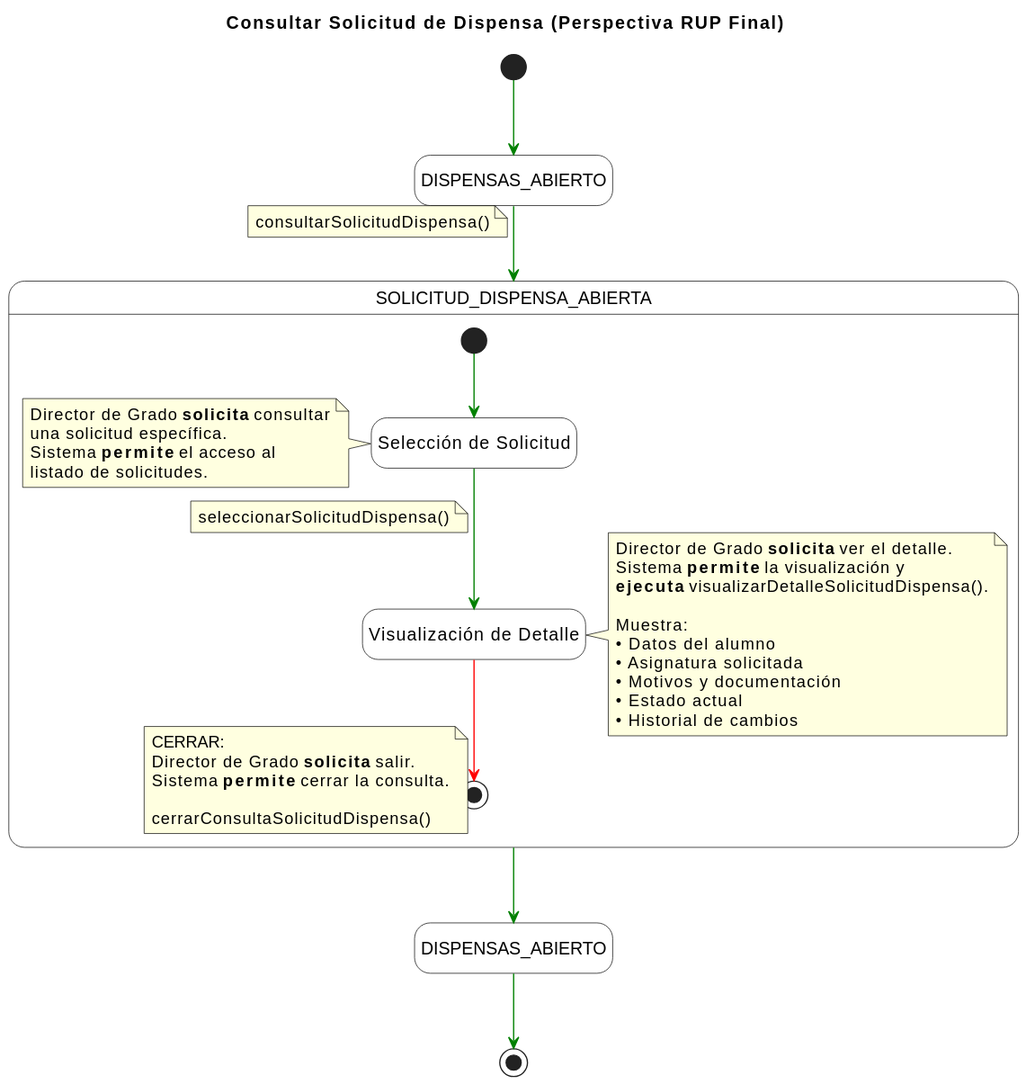
Above: documents/CasosDeUso/DetalladoCasosDeUso/DirectorDeGrado/ConsultarSolicitudDispensa.svg in enmabry/25-26-IdSw1-SdR (PlantUML), before the change. The source it was exported from:
```plantuml
@startuml
title Consultar Solicitud de Dispensa (Perspectiva RUP Final)

skinparam {
    StateBackgroundColor white
    StateBorderColor black
    NoteBackgroundColor lightyellow
    NoteBorderColor black
    ArrowColor green
    linetype ortho
}

hide empty description

state "DISPENSAS_ABIERTO" as startState <<sdlreceive>>
state "DISPENSAS_ABIERTO" as endState <<sdlreceive>>

[*] -[#green]-> startState

startState -[#green]-> SOLICITUD_DISPENSA_ABIERTA
note on link
    consultarSolicitudDispensa()
end note

state SOLICITUD_DISPENSA_ABIERTA {
    [*] -[#green]-> SeleccionarSolicitud

    state "Selección de Solicitud" as SeleccionarSolicitud <<sdlreceive>>
    note left of SeleccionarSolicitud
        Director de Grado <b>solicita</b> consultar
        una solicitud específica.
        Sistema <b>permite</b> el acceso al
        listado de solicitudes.
    end note

    SeleccionarSolicitud -[#green]-> VisualizarDetalle
    note on link
        seleccionarSolicitudDispensa()
    end note

    state "Visualización de Detalle" as VisualizarDetalle <<sdlreceive>>
    note right of VisualizarDetalle
        Director de Grado <b>solicita</b> ver el detalle.
        Sistema <b>permite</b> la visualización y
        <b>ejecuta</b> visualizarDetalleSolicitudDispensa().

        Muestra:
        • Datos del alumno
        • Asignatura solicitada
        • Motivos y documentación
        • Estado actual
        • Historial de cambios
    end note

    VisualizarDetalle -[#red]-> [*]
    note on link
        CERRAR:
        Director de Grado <b>solicita</b> salir.
        Sistema <b>permite</b> cerrar la consulta.

        cerrarConsultaSolicitudDispensa()
    end note
}

SOLICITUD_DISPENSA_ABIERTA -[#green]-> endState

endState -[#green]-> [*]
@enduml
```
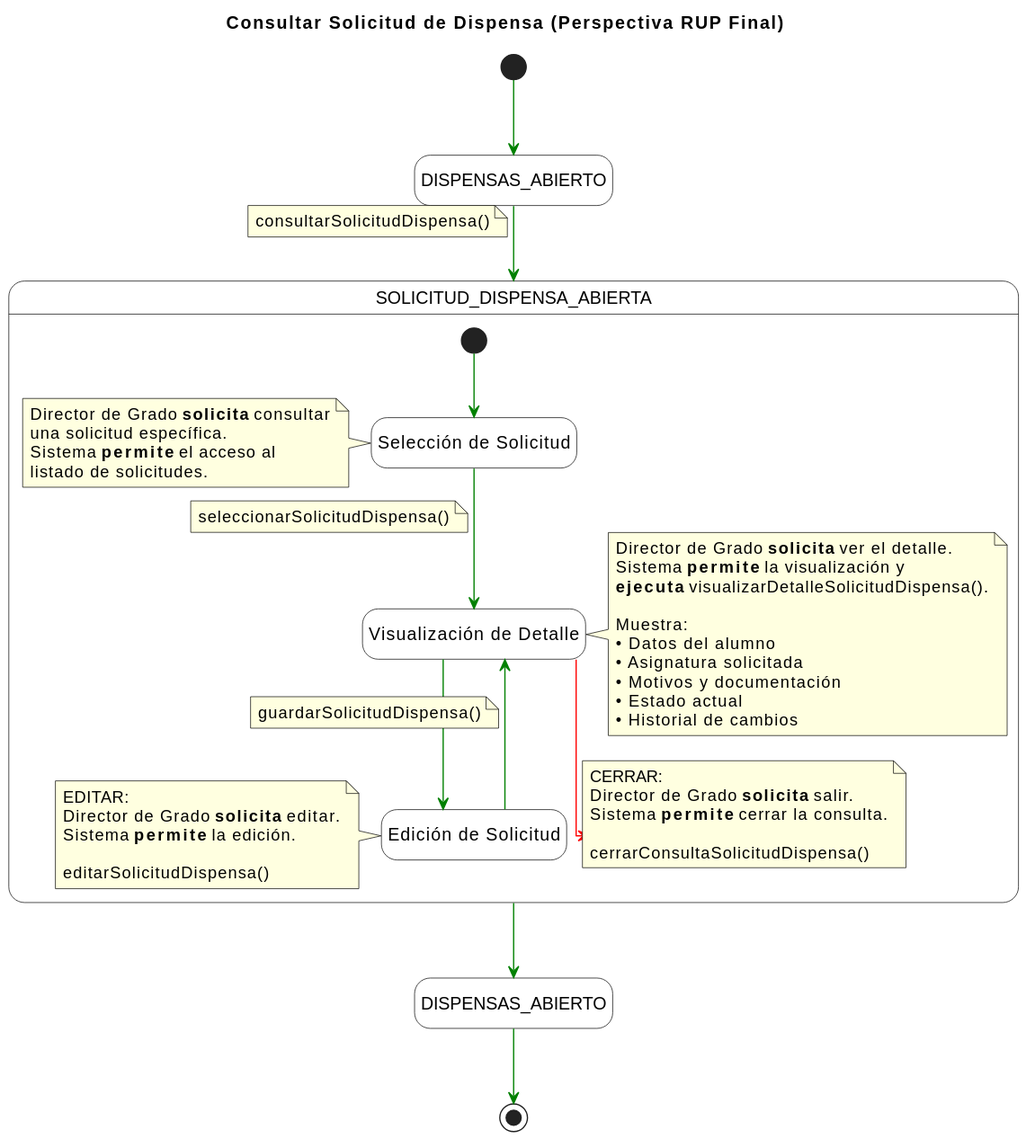
Above is the later version.

Commit message:
Segunda mejora del Detallado del CdU ConsultarSolicitudDispensa

Change to the diagram source:
```diff
@@ -52,6 +52,22 @@
         • Historial de cambios
     end note
 
+    VisualizarDetalle -[#green]-> EditarSolicitud
+
+    state "Edición de Solicitud" as EditarSolicitud <<sdlreceive>>
+    note left of EditarSolicitud
+        EDITAR:
+        Director de Grado <b>solicita</b> editar.
+        Sistema <b>permite</b> la edición.
+
+        editarSolicitudDispensa()
+    end note
+
+    EditarSolicitud -[#green]-> VisualizarDetalle
+    note on link
+        guardarSolicitudDispensa()
+    end note
+
     VisualizarDetalle -[#red]-> [*]
     note on link
         CERRAR:
```
